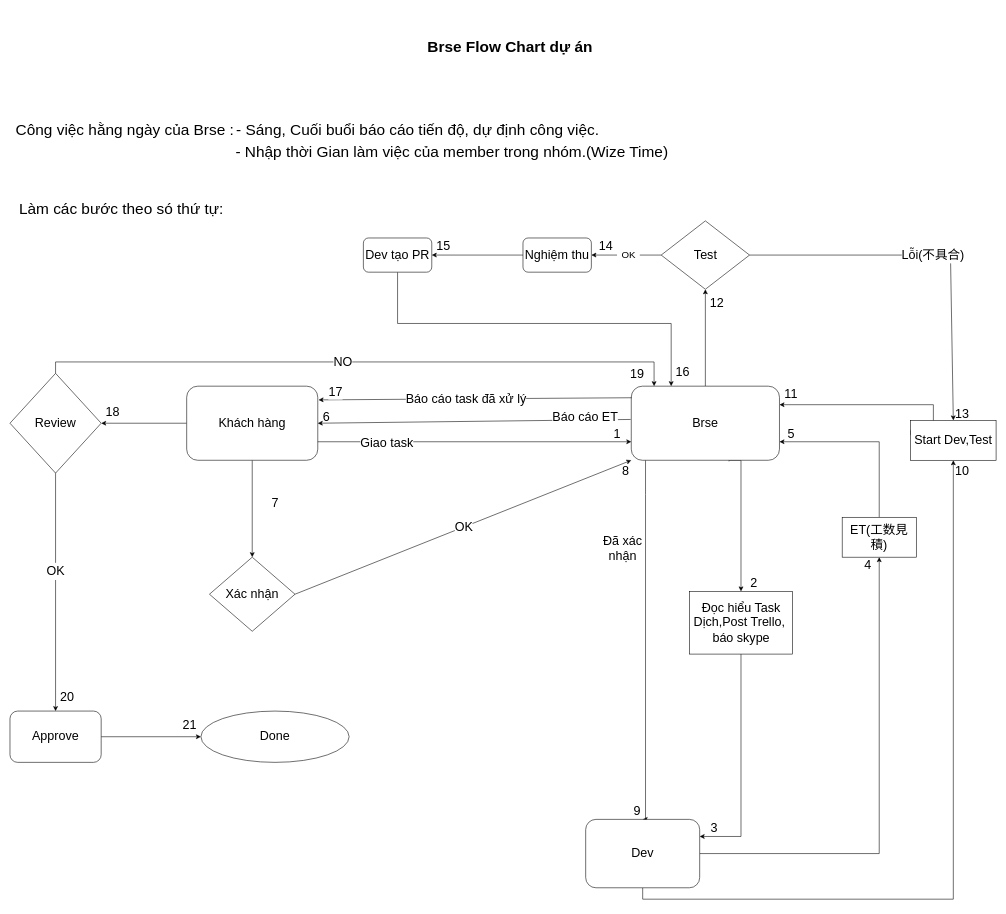
Before: 名称未設定ファイル.drawio in Nguyenduc9x/Brse, a draw.io diagram. Source tidied: cells renumbered, new cells numbered last; positions are measured from the earlier drawing's top-left corner, leaving out a move shared by most shapes. Both pictures are drawn from the tidied source at 57%, with x=0, y=0 at pixel (10, 10).
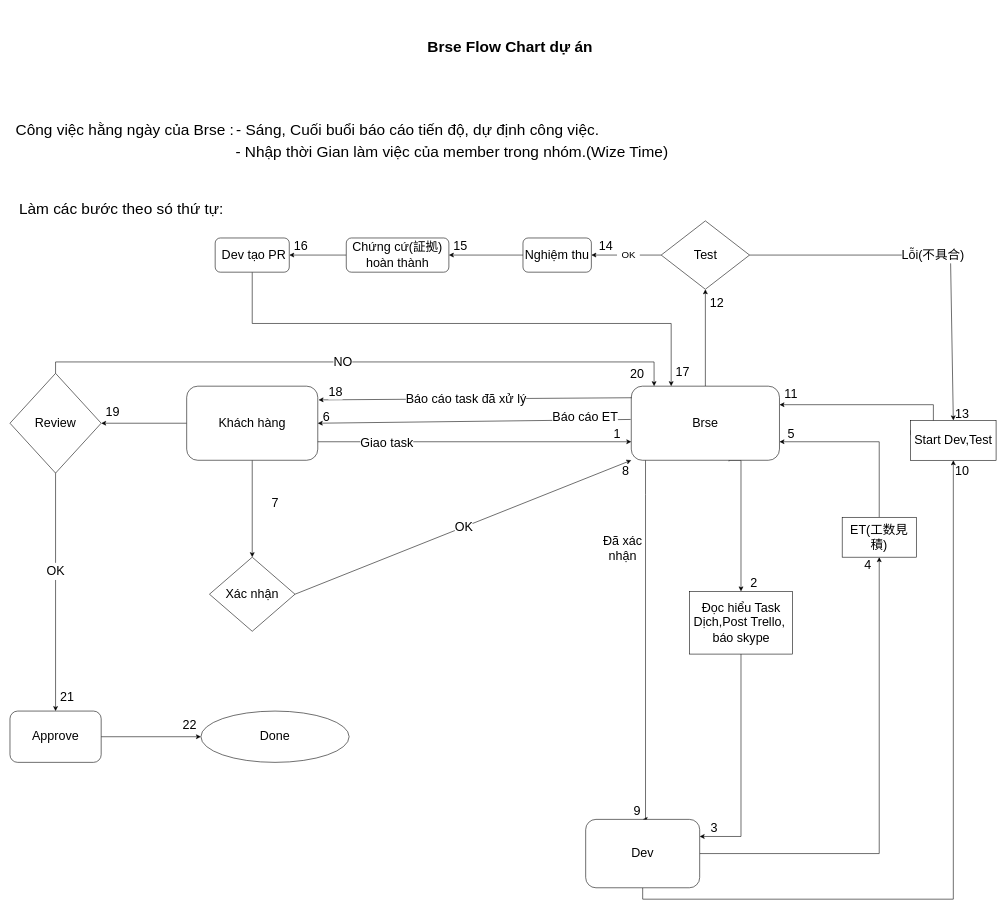
The same page after the edit.

The change refers to these unchanged cells:
```xml
<mxCell id="48" style="endArrow=classic;html=1;rounded=0;fontSize=22;exitX=0.004;exitY=0.156;exitDx=0;exitDy=0;exitPerimeter=0;entryX=1.006;entryY=0.185;entryDx=0;entryDy=0;entryPerimeter=0;" parent="1" edge="1" source="9" target="4">
  <mxGeometry relative="1" as="geometry" />
</mxCell>
```

Diff of the diagram source:
```diff
@@
-    <mxCell id="40" style="edgeStyle=orthogonalEdgeStyle;rounded=0;jettySize=auto;html=1;exitX=0.5;exitY=1;exitDx=0;exitDy=0;fontSize=22;" parent="1" edge="1" source="41">
+    <mxCell id="40" style="edgeStyle=orthogonalEdgeStyle;rounded=0;jettySize=auto;html=1;exitX=0.5;exitY=1;exitDx=0;exitDy=0;fontSize=22;" parent="1" edge="1" source="74">
       <mxGeometry relative="1" as="geometry">
         <mxPoint x="1160" y="660" as="targetPoint" />
         <Array as="points">
-          <mxPoint x="680" y="550" />
+          <mxPoint x="425" y="550" />
           <mxPoint x="1160" y="550" />
-          <mxPoint x="1160" y="660" />
         </Array>
       </mxGeometry>
     </mxCell>
+    <mxCell id="73" style="edgeStyle=orthogonalEdgeStyle;rounded=0;jettySize=auto;html=1;exitX=0;exitY=0.5;exitDx=0;exitDy=0;entryX=1;entryY=0.5;entryDx=0;entryDy=0;fontSize=22;" parent="1" edge="1" source="41" target="74">
+      <mxGeometry relative="1" as="geometry" />
+    </mxCell>
-    <mxCell id="41" value="Dev tạo PR" style="rounded=1;whiteSpace=wrap;html=1;fontSize=22;" parent="1" vertex="1">
-      <mxGeometry x="620" y="400" width="120" height="60" as="geometry" />
+    <mxCell id="41" value="Chứng cứ(証拠) hoàn thành" style="rounded=1;whiteSpace=wrap;html=1;fontSize=22;" parent="1" vertex="1">
+      <mxGeometry x="590" y="400" width="180" height="60" as="geometry" />
     </mxCell>
@@
-    <mxCell id="50" value="17" style="edgeLabel;html=1;align=center;verticalAlign=middle;fontSize=22;" parent="48" vertex="1">
+    <mxCell id="50" value="18" style="edgeLabel;html=1;align=center;verticalAlign=middle;fontSize=22;" parent="48" vertex="1">
       <mxGeometry x="0.9" y="-6" relative="1" as="geometry">
         <mxPoint x="1" y="-8" as="offset" />
       </mxGeometry>
     </mxCell>
@@
     <mxCell id="61" value="15" style="text;html=1;align=center;verticalAlign=middle;strokeColor=none;fillColor=none;fontSize=22;" parent="1" vertex="1">
-      <mxGeometry x="740" y="400" width="40" height="30" as="geometry" />
+      <mxGeometry x="770" y="400" width="40" height="30" as="geometry" />
     </mxCell>
-    <mxCell id="62" value="16" style="text;html=1;align=center;verticalAlign=middle;strokeColor=none;fillColor=none;fontSize=22;" parent="1" vertex="1">
+    <mxCell id="62" value="17" style="text;html=1;align=center;verticalAlign=middle;strokeColor=none;fillColor=none;fontSize=22;" parent="1" vertex="1">
       <mxGeometry x="1160" y="620" width="40" height="30" as="geometry" />
     </mxCell>
-    <mxCell id="63" value="18" style="text;html=1;align=center;verticalAlign=middle;strokeColor=none;fillColor=none;fontSize=22;" parent="1" vertex="1">
+    <mxCell id="63" value="19" style="text;html=1;align=center;verticalAlign=middle;strokeColor=none;fillColor=none;fontSize=22;" parent="1" vertex="1">
       <mxGeometry x="160" y="690" width="40" height="30" as="geometry" />
     </mxCell>
-    <mxCell id="64" value="19" style="text;html=1;align=center;verticalAlign=middle;strokeColor=none;fillColor=none;fontSize=22;" parent="1" vertex="1">
+    <mxCell id="64" value="20" style="text;html=1;align=center;verticalAlign=middle;strokeColor=none;fillColor=none;fontSize=22;" parent="1" vertex="1">
       <mxGeometry x="1080" y="625" width="40" height="30" as="geometry" />
     </mxCell>
-    <mxCell id="65" value="20" style="text;html=1;align=center;verticalAlign=middle;strokeColor=none;fillColor=none;fontSize=22;" parent="1" vertex="1">
+    <mxCell id="65" value="21" style="text;html=1;align=center;verticalAlign=middle;strokeColor=none;fillColor=none;fontSize=22;" parent="1" vertex="1">
       <mxGeometry x="80" y="1190" width="40" height="30" as="geometry" />
     </mxCell>
-    <mxCell id="66" value="21" style="text;html=1;align=center;verticalAlign=middle;strokeColor=none;fillColor=none;fontSize=22;" parent="1" vertex="1">
+    <mxCell id="66" value="22" style="text;html=1;align=center;verticalAlign=middle;strokeColor=none;fillColor=none;fontSize=22;" parent="1" vertex="1">
       <mxGeometry x="295" y="1240" width="40" height="30" as="geometry" />
     </mxCell>
@@
+    <mxCell id="74" value="&amp;nbsp;Dev tạo PR" style="rounded=1;whiteSpace=wrap;html=1;fontSize=22;" parent="1" vertex="1">
+      <mxGeometry x="360" y="400" width="130" height="60" as="geometry" />
+    </mxCell>
+    <mxCell id="75" value="16" style="text;html=1;align=center;verticalAlign=middle;strokeColor=none;fillColor=none;fontSize=22;" parent="1" vertex="1">
+      <mxGeometry x="490" y="400" width="40" height="30" as="geometry" />
+    </mxCell>
```
